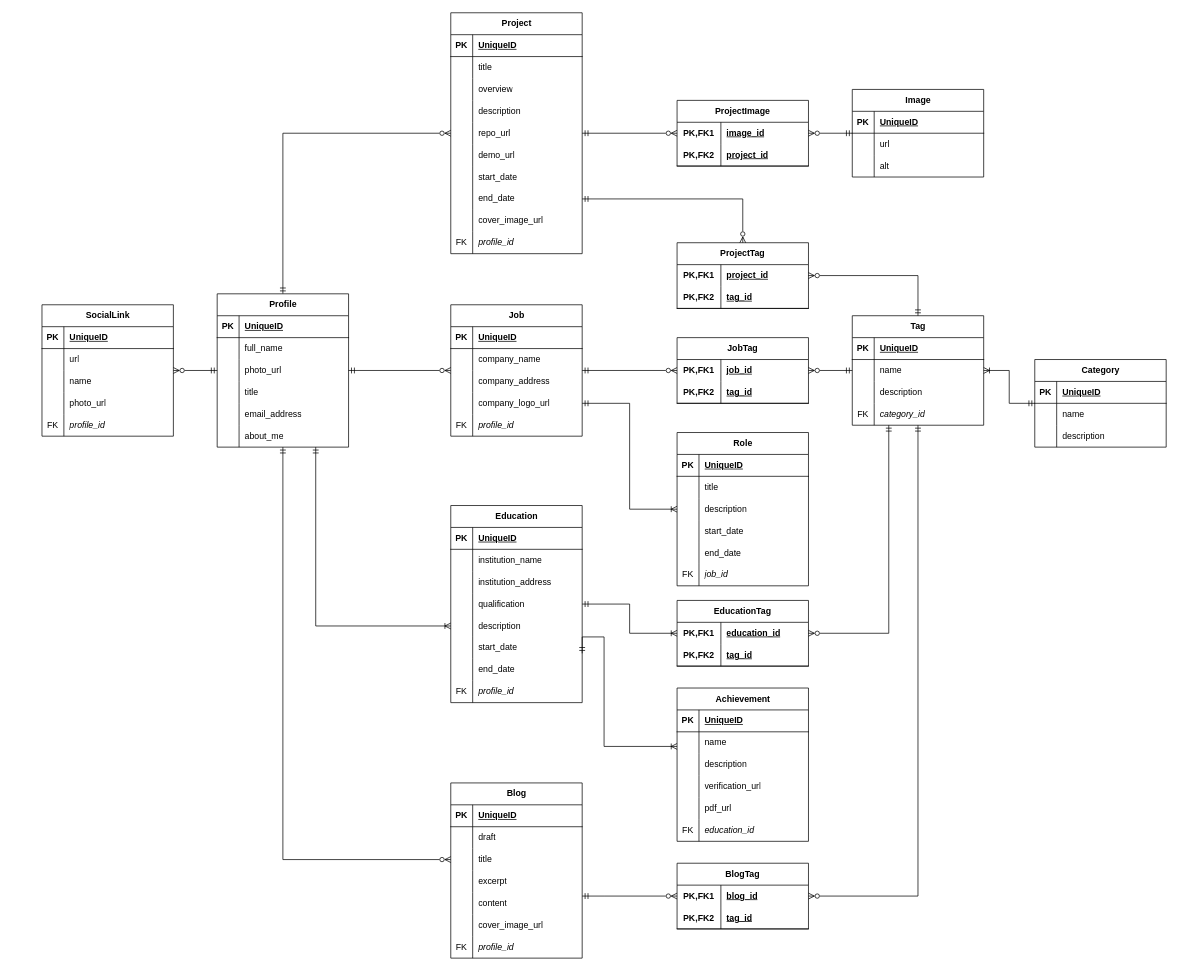
Earlier version of the draw.io diagram src/db/docs/ERD.drawio (pieter-dutoit/portfolio). Source tidied: cells renumbered, new cells numbered last; positions are measured from the earlier drawing's top-left corner, leaving out a move shared by most shapes. Both pictures are drawn from the tidied source at 73%, with x=0, y=0 at pixel (42, 12).
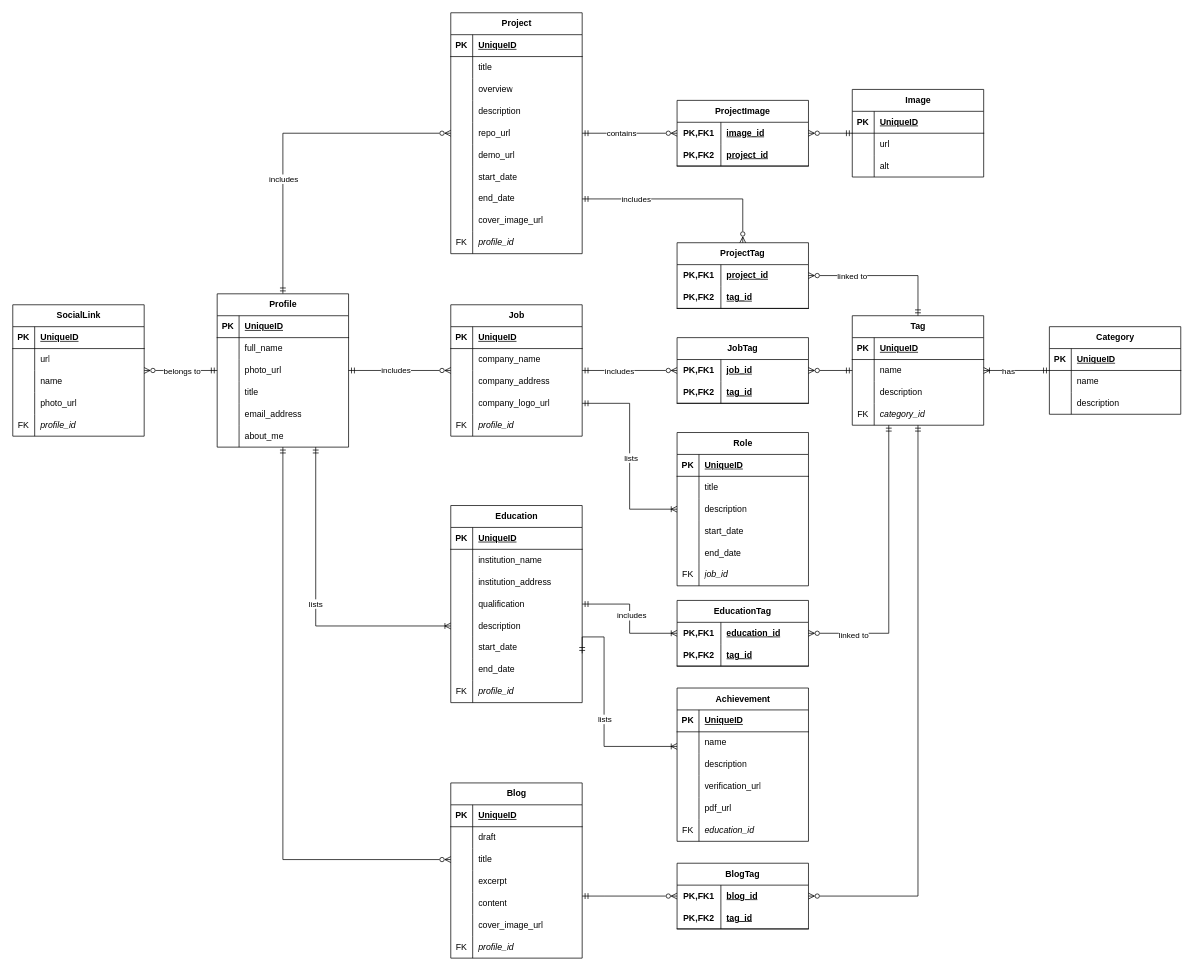
After the change.

Commit message (it also covers changes not shown here):
chore: export ERD to png

The change refers to these unchanged cells:
```xml
<mxCell id="2" style="edgeStyle=orthogonalEdgeStyle;rounded=0;jettySize=auto;html=1;endArrow=ERzeroToMany;endFill=0;startArrow=ERmandOne;startFill=0;" parent="1" edge="1" source="5" target="24">
  <mxGeometry relative="1" as="geometry" />
</mxCell>
<mxCell id="3" style="edgeStyle=orthogonalEdgeStyle;rounded=0;jettySize=auto;html=1;endArrow=ERzeroToMany;endFill=0;startArrow=ERmandOne;startFill=0;exitX=0.5;exitY=0;exitDx=0;exitDy=0;entryX=0;entryY=0.5;entryDx=0;entryDy=0;" parent="1" edge="1" source="5" target="103">
  <mxGeometry relative="1" as="geometry" />
</mxCell>
<mxCell id="5" value="Profile" style="shape=table;startSize=30;childLayout=tableLayout;rowLines=0;fontStyle=1;align=center;html=1;" parent="1" vertex="1">
  <mxGeometry x="240" y="385" width="180" height="210" as="geometry" />
</mxCell>
<mxCell id="40" style="edgeStyle=orthogonalEdgeStyle;rounded=0;jettySize=auto;html=1;exitX=1;exitY=0.5;exitDx=0;exitDy=0;endArrow=ERzeroToMany;endFill=0;startArrow=ERmandOne;startFill=0;" parent="1" edge="1" source="41" target="83">
  <mxGeometry relative="1" as="geometry" />
</mxCell>
<mxCell id="57" style="edgeStyle=orthogonalEdgeStyle;rounded=0;jettySize=auto;html=1;endArrow=ERzeroToMany;endFill=0;startArrow=ERmandOne;startFill=0;" parent="1" edge="1" source="5" target="41">
  <mxGeometry relative="1" as="geometry" />
</mxCell>
<mxCell id="58" style="edgeStyle=orthogonalEdgeStyle;rounded=0;jettySize=auto;html=1;endArrow=ERmandOne;endFill=0;startArrow=ERoneToMany;startFill=0;" parent="1" edge="1" source="59" target="72">
  <mxGeometry relative="1" as="geometry" />
</mxCell>
<mxCell id="128" style="edgeStyle=orthogonalEdgeStyle;rounded=0;jettySize=auto;html=1;endArrow=ERzeroToMany;endFill=0;startArrow=ERmandOne;startFill=0;entryX=1;entryY=0.5;entryDx=0;entryDy=0;" parent="1" edge="1" source="59" target="122">
  <mxGeometry relative="1" as="geometry" />
</mxCell>
<mxCell id="129" style="edgeStyle=orthogonalEdgeStyle;rounded=0;jettySize=auto;html=1;endArrow=ERzeroToMany;endFill=0;startArrow=ERmandOne;startFill=0;exitX=1;exitY=0.5;exitDx=0;exitDy=0;" parent="1" edge="1" source="112" target="121">
  <mxGeometry relative="1" as="geometry" />
</mxCell>
<mxCell id="180" style="edgeStyle=orthogonalEdgeStyle;rounded=0;jettySize=auto;html=1;endArrow=ERzeroToMany;endFill=0;startArrow=ERmandOne;startFill=0;" parent="1" edge="1" source="90" target="172">
  <mxGeometry relative="1" as="geometry" />
</mxCell>
<mxCell id="200" style="edgeStyle=orthogonalEdgeStyle;rounded=0;jettySize=auto;html=1;exitX=1;exitY=0.5;exitDx=0;exitDy=0;endArrow=ERoneToMany;endFill=0;startArrow=ERmandOne;startFill=0;entryX=0;entryY=0.5;entryDx=0;entryDy=0;" parent="1" edge="1" source="51" target="188">
  <mxGeometry relative="1" as="geometry" />
</mxCell>
<mxCell id="201" style="edgeStyle=orthogonalEdgeStyle;rounded=0;html=1;exitX=1;exitY=0.75;exitDx=0;exitDy=0;startArrow=ERmandOne;startFill=0;endArrow=ERoneToMany;endFill=0;" parent="1" edge="1" source="202" target="236">
  <mxGeometry relative="1" as="geometry">
    <Array as="points">
      <mxPoint x="770" y="855" />
      <mxPoint x="770" y="1005" />
    </Array>
  </mxGeometry>
</mxCell>
<mxCell id="215" style="shape=tableRow;horizontal=0;startSize=0;swimlaneHead=0;swimlaneBody=0;fillColor=none;points=[[0,0.5],[1,0.5]];portConstraint=eastwest;top=0;left=0;right=0;bottom=0;" parent="202" vertex="1">
  <mxGeometry y="150" width="180" height="30" as="geometry" />
</mxCell>
<mxCell id="234" style="edgeStyle=orthogonalEdgeStyle;rounded=0;jettySize=auto;html=1;endArrow=ERoneToMany;endFill=0;startArrow=ERmandOne;startFill=0;" parent="1" edge="1" source="202" target="227">
  <mxGeometry relative="1" as="geometry" />
</mxCell>
<mxCell id="235" style="edgeStyle=orthogonalEdgeStyle;rounded=0;jettySize=auto;html=1;startArrow=ERzeroToMany;startFill=0;endArrow=ERmandOne;endFill=0;" parent="1" edge="1" source="227" target="59">
  <mxGeometry relative="1" as="geometry">
    <Array as="points">
      <mxPoint x="1160" y="850" />
    </Array>
  </mxGeometry>
</mxCell>
```

Change to the diagram source:
```diff
@@
+    <mxCell id="255" value="belongs to" style="edgeLabel;html=1;align=center;verticalAlign=middle;" parent="2" vertex="1">
+      <mxGeometry x="-0.02" relative="1" as="geometry" />
+    </mxCell>
@@
+    <mxCell id="256" value="includes" style="edgeLabel;html=1;align=center;verticalAlign=middle;" parent="3" vertex="1">
+      <mxGeometry x="-0.3" relative="1" as="geometry" />
+    </mxCell>
-    <mxCell id="4" style="edgeStyle=orthogonalEdgeStyle;html=1;exitX=0.75;exitY=1;exitDx=0;exitDy=0;rounded=0;entryX=0;entryY=0.5;entryDx=0;entryDy=0;endArrow=ERoneToMany;endFill=0;startArrow=ERmandOne;startFill=0;" parent="1" edge="1" source="5" target="215">
+    <mxCell id="4" value="lists" style="edgeStyle=orthogonalEdgeStyle;html=1;exitX=0.75;exitY=1;exitDx=0;exitDy=0;rounded=0;entryX=0;entryY=0.5;entryDx=0;entryDy=0;endArrow=ERoneToMany;endFill=0;startArrow=ERmandOne;startFill=0;" parent="1" edge="1" source="5" target="215">
       <mxGeometry relative="1" as="geometry" />
     </mxCell>
@@
     <mxCell id="24" value="SocialLink" style="shape=table;startSize=30;childLayout=tableLayout;rowLines=0;fontStyle=1;align=center;html=1;" parent="1" vertex="1">
-      <mxGeometry y="400" width="180" height="180" as="geometry" />
+      <mxGeometry x="-40" y="400" width="180" height="180" as="geometry" />
     </mxCell>
@@
+    <mxCell id="257" value="includes" style="edgeLabel;html=1;align=center;verticalAlign=middle;" parent="40" vertex="1">
+      <mxGeometry x="-0.23" relative="1" as="geometry" />
+    </mxCell>
@@
+    <mxCell id="258" value="includes" style="edgeLabel;html=1;align=center;verticalAlign=middle;" parent="57" vertex="1">
+      <mxGeometry x="-0.09" y="1" relative="1" as="geometry" />
+    </mxCell>
@@
+    <mxCell id="259" value="has" style="edgeLabel;html=1;align=center;verticalAlign=middle;" parent="58" vertex="1">
+      <mxGeometry x="-0.27" relative="1" as="geometry" />
+    </mxCell>
@@
     <mxCell id="72" value="Category" style="shape=table;startSize=30;childLayout=tableLayout;rowLines=0;fontStyle=1;align=center;html=1;" parent="1" vertex="1">
-      <mxGeometry x="1360" y="475" width="180" height="120" as="geometry" />
+      <mxGeometry x="1380" y="430" width="180" height="120" as="geometry" />
     </mxCell>
@@
+    <mxCell id="260" value="linked to" style="edgeLabel;html=1;align=center;verticalAlign=middle;" parent="128" vertex="1">
+      <mxGeometry x="0.42" relative="1" as="geometry" />
+    </mxCell>
@@
+    <mxCell id="261" value="includes" style="edgeLabel;html=1;align=center;verticalAlign=middle;" parent="129" vertex="1">
+      <mxGeometry x="-0.48" relative="1" as="geometry" />
+    </mxCell>
@@
+    <mxCell id="262" value="contains" style="edgeLabel;html=1;align=center;verticalAlign=middle;" parent="180" vertex="1">
+      <mxGeometry x="-0.19" y="1" relative="1" as="geometry" />
+    </mxCell>
@@
+    <mxCell id="263" value="lists" style="edgeLabel;html=1;align=center;verticalAlign=middle;" parent="200" vertex="1">
+      <mxGeometry x="0.01" y="1" relative="1" as="geometry" />
+    </mxCell>
@@
+    <mxCell id="264" value="lists" style="edgeLabel;html=1;align=center;verticalAlign=middle;" parent="201" vertex="1">
+      <mxGeometry x="0.09" relative="1" as="geometry" />
+    </mxCell>
@@
+    <mxCell id="265" value="includes" style="edgeLabel;html=1;align=center;verticalAlign=middle;" parent="234" vertex="1">
+      <mxGeometry x="-0.06" y="2" relative="1" as="geometry" />
+    </mxCell>
@@
+    <mxCell id="266" value="linked to" style="edgeLabel;html=1;align=center;verticalAlign=middle;" parent="235" vertex="1">
+      <mxGeometry x="-0.69" y="-2" relative="1" as="geometry" />
+    </mxCell>
```
